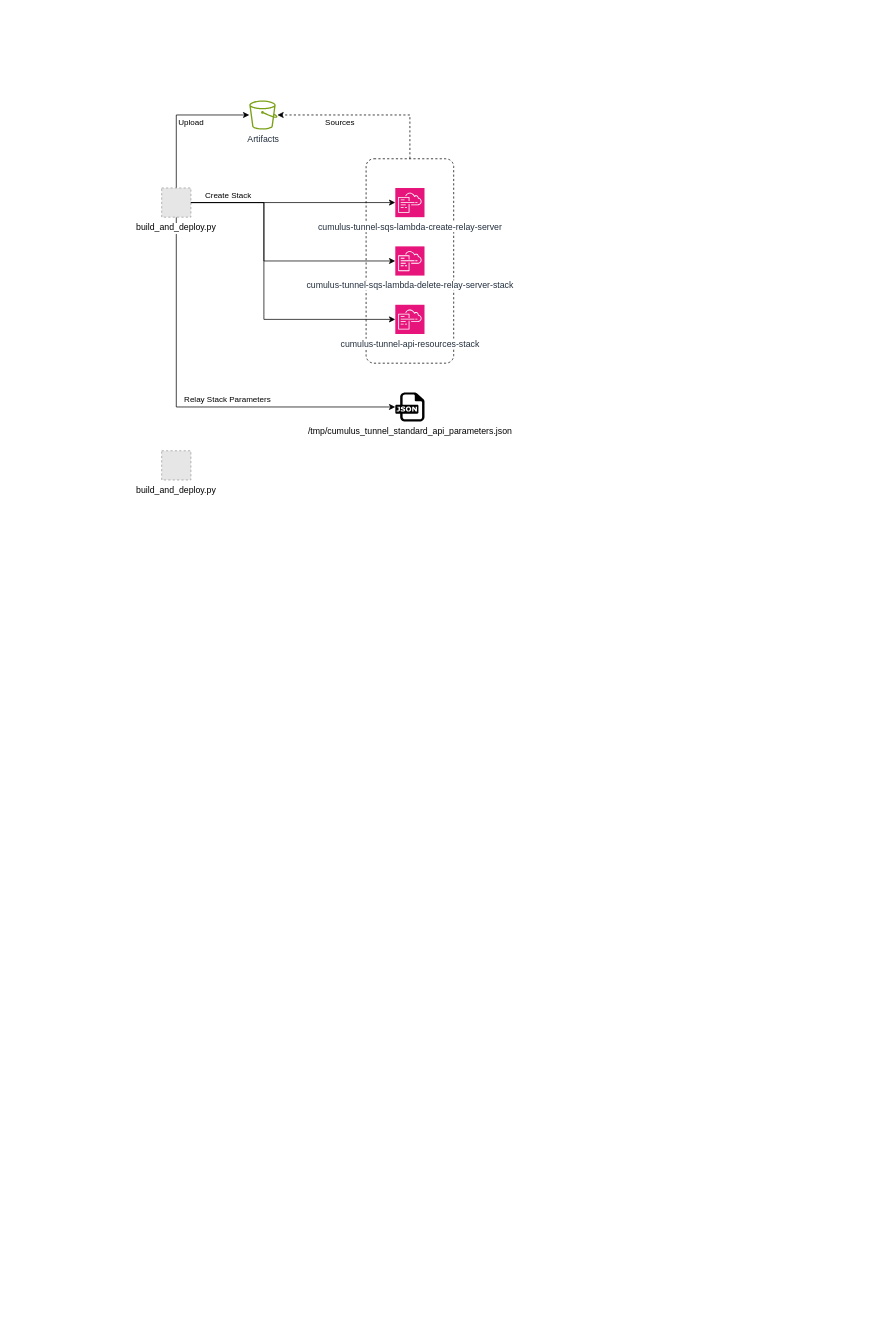
nicc777/home-tunnel-via-csp keeps this draw.io diagram as page "Flow - Create Initial Stacks" (5 of 5) of images/design.drawio. Above is the earlier version. Source tidied: cells renumbered, new cells numbered last; positions are measured from the earlier drawing's top-left corner, leaving out a move shared by most shapes. Both pictures are drawn from the tidied source at 73%, with x=0, y=0 at pixel (161, 100). Pictures stored in the file or linked from it are replaced by grey dashed boxes.
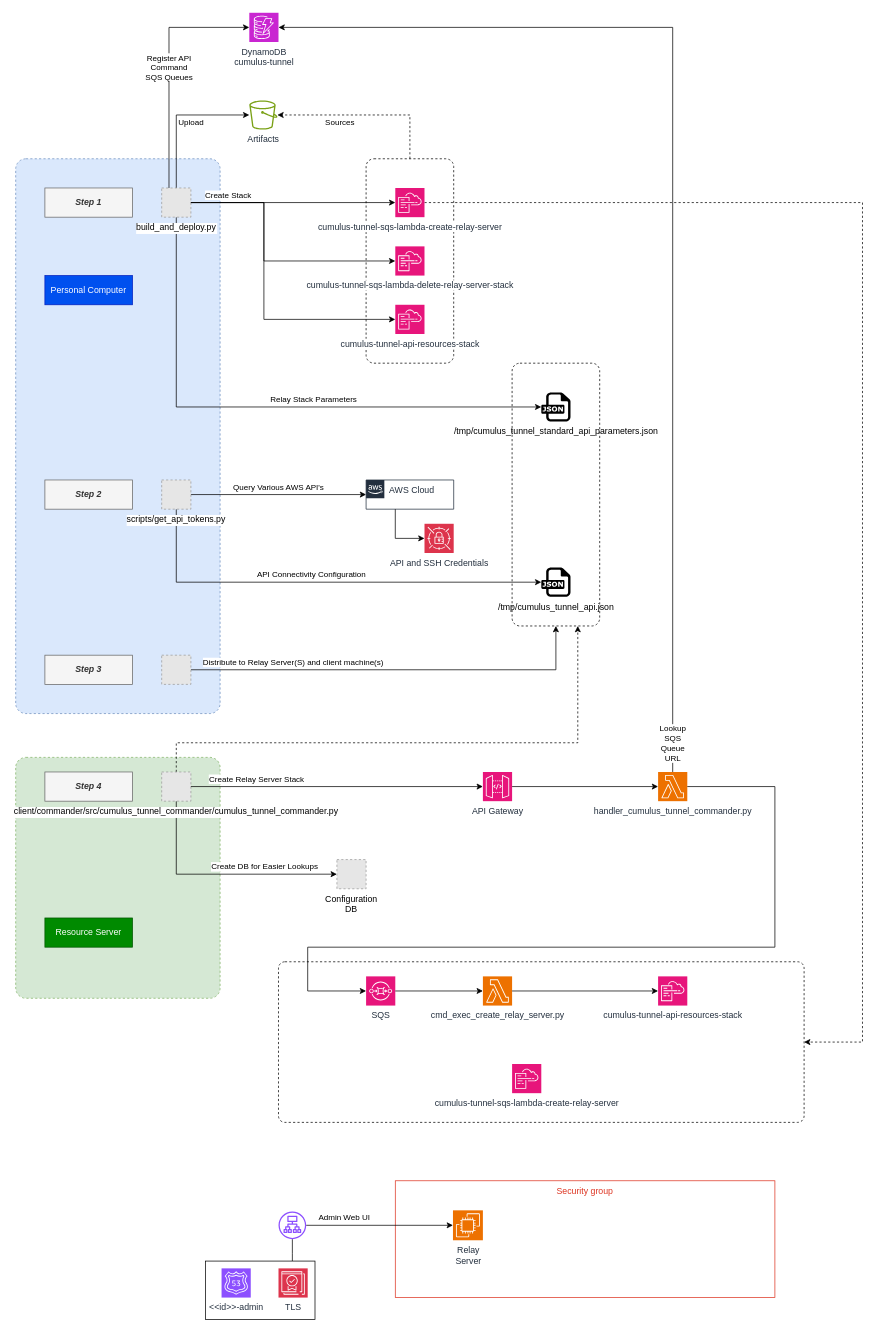
Above is the later version.

Unchanged cells that the change refers to:
```xml
<mxCell id="6" value="build_and_deploy.py" style="fillColor=#E6E6E6;strokeColor=#999999;dashed=1;verticalLabelPosition=bottom;labelBackgroundColor=default;verticalAlign=top;" parent="1" vertex="1">
  <mxGeometry y="120" width="40" height="40" as="geometry" />
</mxCell>
<mxCell id="8" value="cumulus-tunnel-sqs-lambda-create-relay-server" style="sketch=0;points=[[0,0,0],[0.25,0,0],[0.5,0,0],[0.75,0,0],[1,0,0],[0,1,0],[0.25,1,0],[0.5,1,0],[0.75,1,0],[1,1,0],[0,0.25,0],[0,0.5,0],[0,0.75,0],[1,0.25,0],[1,0.5,0],[1,0.75,0]];points=[[0,0,0],[0.25,0,0],[0.5,0,0],[0.75,0,0],[1,0,0],[0,1,0],[0.25,1,0],[0.5,1,0],[0.75,1,0],[1,1,0],[0,0.25,0],[0,0.5,0],[0,0.75,0],[1,0.25,0],[1,0.5,0],[1,0.75,0]];outlineConnect=0;fontColor=#232F3E;fillColor=#E7157B;strokeColor=#ffffff;dashed=0;verticalLabelPosition=bottom;verticalAlign=top;align=center;html=1;fontSize=12;fontStyle=0;shape=mxgraph.aws4.resourceIcon;resIcon=mxgraph.aws4.cloudformation;labelBackgroundColor=default;" parent="1" vertex="1">
  <mxGeometry x="320" y="120" width="40" height="40" as="geometry" />
</mxCell>
```

Diff of the diagram source:
```diff
@@
+    <mxCell id="16" value="Security group" style="fillColor=none;strokeColor=#DD3522;verticalAlign=top;fontStyle=0;fontColor=#DD3522;whiteSpace=wrap;html=1;" parent="1" vertex="1">
+      <mxGeometry x="320" y="1480" width="520" height="160" as="geometry" />
+    </mxCell>
+    <mxCell id="17" style="edgeStyle=orthogonalEdgeStyle;rounded=0;jettySize=auto;html=1;endArrow=none;endFill=0;" parent="1" edge="1" source="18" target="55">
+      <mxGeometry relative="1" as="geometry">
+        <Array as="points">
+          <mxPoint x="179" y="1580" />
+          <mxPoint x="179" y="1580" />
+        </Array>
+      </mxGeometry>
+    </mxCell>
+    <mxCell id="18" style="rounded=0;whiteSpace=wrap;html=1;" parent="1" vertex="1">
+      <mxGeometry x="60" y="1590" width="150" height="80" as="geometry" />
+    </mxCell>
+    <mxCell id="19" style="rounded=1;whiteSpace=wrap;html=1;arcSize=5;fillColor=#d5e8d4;dashed=1;strokeColor=#82b366;" parent="1" vertex="1">
+      <mxGeometry x="-200" y="900" width="280" height="330" as="geometry" />
+    </mxCell>
+    <mxCell id="20" style="rounded=1;whiteSpace=wrap;html=1;arcSize=5;fillColor=#dae8fc;dashed=1;strokeColor=#6c8ebf;" parent="1" vertex="1">
+      <mxGeometry x="-200" y="80" width="280" height="760" as="geometry" />
+    </mxCell>
@@
+    <mxCell id="21" style="edgeStyle=orthogonalEdgeStyle;rounded=0;jettySize=auto;html=1;entryX=1;entryY=0.5;entryDx=0;entryDy=0;dashed=1;" parent="1" edge="1" source="8" target="53">
+      <mxGeometry relative="1" as="geometry">
+        <Array as="points">
+          <mxPoint x="960" y="140" />
+          <mxPoint x="960" y="1290" />
+        </Array>
+      </mxGeometry>
+    </mxCell>
@@
     <mxCell id="14" value="/tmp/cumulus_tunnel_standard_api_parameters.json" style="dashed=0;outlineConnect=0;html=1;align=center;labelPosition=center;verticalLabelPosition=bottom;verticalAlign=top;shape=mxgraph.weblogos.json;" parent="1" vertex="1">
-      <mxGeometry x="320" y="400" width="40" height="40" as="geometry" />
+      <mxGeometry x="520" y="400" width="40" height="40" as="geometry" />
     </mxCell>
+    <mxCell id="22" value="Query Various AWS API's" style="edgeStyle=orthogonalEdgeStyle;rounded=0;jettySize=auto;html=1;entryX=0;entryY=0.5;entryDx=0;entryDy=0;" parent="1" edge="1" source="15" target="25">
+      <mxGeometry y="10" relative="1" as="geometry" />
+    </mxCell>
+    <mxCell id="23" value="API Connectivity Configuration" style="edgeStyle=orthogonalEdgeStyle;rounded=0;jettySize=auto;html=1;" parent="1" edge="1" source="15" target="24">
+      <mxGeometry x="-0.05" y="10" relative="1" as="geometry">
+        <Array as="points">
+          <mxPoint x="20" y="660" />
+        </Array>
+      </mxGeometry>
+    </mxCell>
-    <mxCell id="15" value="build_and_deploy.py" style="fillColor=#E6E6E6;strokeColor=#999999;dashed=1;verticalLabelPosition=bottom;labelBackgroundColor=default;verticalAlign=top;" parent="1" vertex="1">
-      <mxGeometry y="480" width="40" height="40" as="geometry" />
+    <mxCell id="15" value="scripts/get_api_tokens.py" style="fillColor=#E6E6E6;strokeColor=#999999;dashed=1;verticalLabelPosition=bottom;labelBackgroundColor=default;verticalAlign=top;" parent="1" vertex="1">
+      <mxGeometry y="520" width="40" height="40" as="geometry" />
     </mxCell>
+    <mxCell id="24" value="/tmp/cumulus_tunnel_api.json" style="dashed=0;outlineConnect=0;html=1;align=center;labelPosition=center;verticalLabelPosition=bottom;verticalAlign=top;shape=mxgraph.weblogos.json;" parent="1" vertex="1">
+      <mxGeometry x="520" y="640" width="40" height="40" as="geometry" />
+    </mxCell>
+    <mxCell id="25" value="AWS Cloud" style="points=[[0,0],[0.25,0],[0.5,0],[0.75,0],[1,0],[1,0.25],[1,0.5],[1,0.75],[1,1],[0.75,1],[0.5,1],[0.25,1],[0,1],[0,0.75],[0,0.5],[0,0.25]];outlineConnect=0;gradientColor=none;html=1;whiteSpace=wrap;fontSize=12;fontStyle=0;shape=mxgraph.aws4.group;grIcon=mxgraph.aws4.group_aws_cloud_alt;strokeColor=#232F3E;fillColor=none;verticalAlign=top;align=left;spacingLeft=30;fontColor=#232F3E;dashed=0;" parent="1" vertex="1">
+      <mxGeometry x="280" y="520" width="120" height="40" as="geometry" />
+    </mxCell>
+    <mxCell id="26" value="Step 1" style="text;html=1;align=center;verticalAlign=middle;whiteSpace=wrap;rounded=0;fontStyle=3;fillColor=#f5f5f5;fontColor=#333333;strokeColor=#666666;rotation=0;" parent="1" vertex="1">
+      <mxGeometry x="-160" y="120" width="120" height="40" as="geometry" />
+    </mxCell>
+    <mxCell id="27" value="Step 2" style="text;html=1;align=center;verticalAlign=middle;whiteSpace=wrap;rounded=0;fontStyle=3;fillColor=#f5f5f5;fontColor=#333333;strokeColor=#666666;rotation=0;" parent="1" vertex="1">
+      <mxGeometry x="-160" y="520" width="120" height="40" as="geometry" />
+    </mxCell>
+    <mxCell id="28" value="Step 3" style="text;html=1;align=center;verticalAlign=middle;whiteSpace=wrap;rounded=0;fontStyle=3;fillColor=#f5f5f5;fontColor=#333333;strokeColor=#666666;rotation=0;" parent="1" vertex="1">
+      <mxGeometry x="-160" y="760" width="120" height="40" as="geometry" />
+    </mxCell>
+    <mxCell id="29" value="Distribute to Relay Server(S) and client machine(s)" style="edgeStyle=orthogonalEdgeStyle;rounded=0;jettySize=auto;html=1;entryX=0.5;entryY=1;entryDx=0;entryDy=0;" parent="1" edge="1" source="30" target="31">
+      <mxGeometry x="-0.5" y="10" relative="1" as="geometry" />
+    </mxCell>
+    <mxCell id="30" style="fillColor=#E6E6E6;strokeColor=#999999;dashed=1;verticalLabelPosition=bottom;labelBackgroundColor=default;verticalAlign=top;" parent="1" vertex="1">
+      <mxGeometry y="760" width="40" height="40" as="geometry" />
+    </mxCell>
+    <mxCell id="31" style="rounded=1;whiteSpace=wrap;html=1;arcSize=9;fillColor=none;dashed=1;" parent="1" vertex="1">
+      <mxGeometry x="480" y="360" width="120" height="360" as="geometry" />
+    </mxCell>
+    <mxCell id="32" value="Step 4" style="text;html=1;align=center;verticalAlign=middle;whiteSpace=wrap;rounded=0;fontStyle=3;fillColor=#f5f5f5;fontColor=#333333;strokeColor=#666666;rotation=0;" parent="1" vertex="1">
+      <mxGeometry x="-160" y="920" width="120" height="40" as="geometry" />
+    </mxCell>
+    <mxCell id="33" style="edgeStyle=orthogonalEdgeStyle;rounded=0;jettySize=auto;html=1;entryX=0.75;entryY=1;entryDx=0;entryDy=0;dashed=1;" parent="1" edge="1" source="35" target="31">
+      <mxGeometry relative="1" as="geometry">
+        <Array as="points">
+          <mxPoint x="20" y="880" />
+          <mxPoint x="570" y="880" />
+        </Array>
+      </mxGeometry>
+    </mxCell>
+    <mxCell id="34" value="Create DB for Easier Lookups" style="edgeStyle=orthogonalEdgeStyle;rounded=0;jettySize=auto;html=1;entryX=0;entryY=0.5;entryDx=0;entryDy=0;" parent="1" edge="1" source="35" target="38">
+      <mxGeometry x="0.38" y="10" relative="1" as="geometry">
+        <Array as="points">
+          <mxPoint x="20" y="1060" />
+        </Array>
+      </mxGeometry>
+    </mxCell>
+    <mxCell id="35" value="client/commander/src/cumulus_tunnel_commander/cumulus_tunnel_commander.py" style="fillColor=#E6E6E6;strokeColor=#999999;dashed=1;verticalLabelPosition=bottom;labelBackgroundColor=default;verticalAlign=top;" parent="1" vertex="1">
+      <mxGeometry y="920" width="40" height="40" as="geometry" />
+    </mxCell>
+    <mxCell id="36" value="cumulus-tunnel-api-resources-stack" style="sketch=0;points=[[0,0,0],[0.25,0,0],[0.5,0,0],[0.75,0,0],[1,0,0],[0,1,0],[0.25,1,0],[0.5,1,0],[0.75,1,0],[1,1,0],[0,0.25,0],[0,0.5,0],[0,0.75,0],[1,0.25,0],[1,0.5,0],[1,0.75,0]];points=[[0,0,0],[0.25,0,0],[0.5,0,0],[0.75,0,0],[1,0,0],[0,1,0],[0.25,1,0],[0.5,1,0],[0.75,1,0],[1,1,0],[0,0.25,0],[0,0.5,0],[0,0.75,0],[1,0.25,0],[1,0.5,0],[1,0.75,0]];outlineConnect=0;fontColor=#232F3E;fillColor=#E7157B;strokeColor=#ffffff;dashed=0;verticalLabelPosition=bottom;verticalAlign=top;align=center;html=1;fontSize=12;fontStyle=0;shape=mxgraph.aws4.resourceIcon;resIcon=mxgraph.aws4.cloudformation;labelBackgroundColor=default;" parent="1" vertex="1">
+      <mxGeometry x="680" y="1200" width="40" height="40" as="geometry" />
+    </mxCell>
+    <mxCell id="37" value="Create Relay Server Stack" style="edgeStyle=orthogonalEdgeStyle;rounded=0;jettySize=auto;html=1;entryX=0;entryY=0.5;entryDx=0;entryDy=0;entryPerimeter=0;" parent="1" edge="1" source="35" target="39">
+      <mxGeometry x="-0.55" y="10" relative="1" as="geometry" />
+    </mxCell>
+    <mxCell id="38" value="Configuration&#10;DB" style="fillColor=#E6E6E6;strokeColor=#999999;dashed=1;verticalLabelPosition=bottom;labelBackgroundColor=default;verticalAlign=top;" parent="1" vertex="1">
+      <mxGeometry x="240" y="1040" width="40" height="40" as="geometry" />
+    </mxCell>
+    <mxCell id="39" value="API Gateway" style="sketch=0;points=[[0,0,0],[0.25,0,0],[0.5,0,0],[0.75,0,0],[1,0,0],[0,1,0],[0.25,1,0],[0.5,1,0],[0.75,1,0],[1,1,0],[0,0.25,0],[0,0.5,0],[0,0.75,0],[1,0.25,0],[1,0.5,0],[1,0.75,0]];outlineConnect=0;fontColor=#232F3E;fillColor=#E7157B;strokeColor=#ffffff;dashed=0;verticalLabelPosition=bottom;verticalAlign=top;align=center;html=1;fontSize=12;fontStyle=0;shape=mxgraph.aws4.resourceIcon;resIcon=mxgraph.aws4.api_gateway;" parent="1" vertex="1">
+      <mxGeometry x="440" y="920" width="40" height="40" as="geometry" />
+    </mxCell>
+    <mxCell id="40" value="cmd_exec_create_relay_server.py" style="sketch=0;points=[[0,0,0],[0.25,0,0],[0.5,0,0],[0.75,0,0],[1,0,0],[0,1,0],[0.25,1,0],[0.5,1,0],[0.75,1,0],[1,1,0],[0,0.25,0],[0,0.5,0],[0,0.75,0],[1,0.25,0],[1,0.5,0],[1,0.75,0]];outlineConnect=0;fontColor=#232F3E;fillColor=#ED7100;strokeColor=#ffffff;dashed=0;verticalLabelPosition=bottom;verticalAlign=top;align=center;html=1;fontSize=12;fontStyle=0;shape=mxgraph.aws4.resourceIcon;resIcon=mxgraph.aws4.lambda;" parent="1" vertex="1">
+      <mxGeometry x="440" y="1200" width="40" height="40" as="geometry" />
+    </mxCell>
+    <mxCell id="41" style="edgeStyle=orthogonalEdgeStyle;rounded=0;jettySize=auto;html=1;entryX=0;entryY=0.5;entryDx=0;entryDy=0;entryPerimeter=0;" parent="1" edge="1" source="40" target="36">
+      <mxGeometry relative="1" as="geometry" />
+    </mxCell>
+    <mxCell id="42" value="handler_cumulus_tunnel_commander.py" style="sketch=0;points=[[0,0,0],[0.25,0,0],[0.5,0,0],[0.75,0,0],[1,0,0],[0,1,0],[0.25,1,0],[0.5,1,0],[0.75,1,0],[1,1,0],[0,0.25,0],[0,0.5,0],[0,0.75,0],[1,0.25,0],[1,0.5,0],[1,0.75,0]];outlineConnect=0;fontColor=#232F3E;fillColor=#ED7100;strokeColor=#ffffff;dashed=0;verticalLabelPosition=bottom;verticalAlign=top;align=center;html=1;fontSize=12;fontStyle=0;shape=mxgraph.aws4.resourceIcon;resIcon=mxgraph.aws4.lambda;" parent="1" vertex="1">
+      <mxGeometry x="680" y="920" width="40" height="40" as="geometry" />
+    </mxCell>
+    <mxCell id="43" style="edgeStyle=orthogonalEdgeStyle;rounded=0;jettySize=auto;html=1;entryX=0;entryY=0.5;entryDx=0;entryDy=0;entryPerimeter=0;" parent="1" edge="1" source="39" target="42">
+      <mxGeometry relative="1" as="geometry" />
+    </mxCell>
+    <mxCell id="44" value="SQS" style="sketch=0;points=[[0,0,0],[0.25,0,0],[0.5,0,0],[0.75,0,0],[1,0,0],[0,1,0],[0.25,1,0],[0.5,1,0],[0.75,1,0],[1,1,0],[0,0.25,0],[0,0.5,0],[0,0.75,0],[1,0.25,0],[1,0.5,0],[1,0.75,0]];outlineConnect=0;fontColor=#232F3E;fillColor=#E7157B;strokeColor=#ffffff;dashed=0;verticalLabelPosition=bottom;verticalAlign=top;align=center;html=1;fontSize=12;fontStyle=0;shape=mxgraph.aws4.resourceIcon;resIcon=mxgraph.aws4.sqs;" parent="1" vertex="1">
+      <mxGeometry x="280" y="1200" width="40" height="40" as="geometry" />
+    </mxCell>
+    <mxCell id="45" style="edgeStyle=orthogonalEdgeStyle;rounded=0;jettySize=auto;html=1;entryX=0;entryY=0.5;entryDx=0;entryDy=0;entryPerimeter=0;" parent="1" edge="1" source="44" target="40">
+      <mxGeometry relative="1" as="geometry" />
+    </mxCell>
+    <mxCell id="46" style="edgeStyle=orthogonalEdgeStyle;rounded=0;jettySize=auto;html=1;entryX=0;entryY=0.5;entryDx=0;entryDy=0;entryPerimeter=0;" parent="1" edge="1" source="42" target="44">
+      <mxGeometry relative="1" as="geometry">
+        <Array as="points">
+          <mxPoint x="840" y="940" />
+          <mxPoint x="840" y="1160" />
+          <mxPoint x="200" y="1160" />
+          <mxPoint x="200" y="1220" />
+        </Array>
+      </mxGeometry>
+    </mxCell>
+    <mxCell id="47" value="Personal Computer" style="text;html=1;align=center;verticalAlign=middle;whiteSpace=wrap;rounded=0;fillColor=#0050ef;fontColor=#ffffff;strokeColor=#001DBC;" parent="1" vertex="1">
+      <mxGeometry x="-160" y="240" width="120" height="40" as="geometry" />
+    </mxCell>
+    <mxCell id="48" value="Resource Server" style="text;html=1;align=center;verticalAlign=middle;whiteSpace=wrap;rounded=0;fillColor=#008a00;fontColor=#ffffff;strokeColor=#005700;" parent="1" vertex="1">
+      <mxGeometry x="-160" y="1120" width="120" height="40" as="geometry" />
+    </mxCell>
+    <mxCell id="49" value="DynamoDB&lt;div&gt;cumulus-tunnel&lt;br&gt;&lt;/div&gt;" style="sketch=0;points=[[0,0,0],[0.25,0,0],[0.5,0,0],[0.75,0,0],[1,0,0],[0,1,0],[0.25,1,0],[0.5,1,0],[0.75,1,0],[1,1,0],[0,0.25,0],[0,0.5,0],[0,0.75,0],[1,0.25,0],[1,0.5,0],[1,0.75,0]];outlineConnect=0;fontColor=#232F3E;fillColor=#C925D1;strokeColor=#ffffff;dashed=0;verticalLabelPosition=bottom;verticalAlign=top;align=center;html=1;fontSize=12;fontStyle=0;shape=mxgraph.aws4.resourceIcon;resIcon=mxgraph.aws4.dynamodb;" parent="1" vertex="1">
+      <mxGeometry x="120" y="-120" width="40" height="40" as="geometry" />
+    </mxCell>
+    <mxCell id="50" value="Register API&lt;div&gt;Command&lt;/div&gt;&lt;div&gt;SQS Queues&lt;/div&gt;" style="edgeStyle=orthogonalEdgeStyle;rounded=0;jettySize=auto;html=1;entryX=0;entryY=0.5;entryDx=0;entryDy=0;entryPerimeter=0;" parent="1" edge="1" source="6" target="49">
+      <mxGeometry relative="1" as="geometry">
+        <Array as="points">
+          <mxPoint x="10" y="-100" />
+        </Array>
+      </mxGeometry>
+    </mxCell>
+    <mxCell id="51" value="Lookup&lt;div&gt;SQS&lt;/div&gt;&lt;div&gt;Queue&lt;/div&gt;&lt;div&gt;URL&lt;/div&gt;" style="edgeStyle=orthogonalEdgeStyle;rounded=0;jettySize=auto;html=1;entryX=1;entryY=0.5;entryDx=0;entryDy=0;entryPerimeter=0;" parent="1" edge="1" source="42" target="49">
+      <mxGeometry x="-0.95" relative="1" as="geometry">
+        <Array as="points">
+          <mxPoint x="700" y="-100" />
+        </Array>
+      </mxGeometry>
+    </mxCell>
+    <mxCell id="52" value="cumulus-tunnel-sqs-lambda-create-relay-server" style="sketch=0;fontColor=#232F3E;fillColor=#E7157B;strokeColor=#ffffff;dashed=0;verticalLabelPosition=bottom;verticalAlign=top;align=center;html=1;fontSize=12;fontStyle=0;shape=mxgraph.aws4.resourceIcon;resIcon=mxgraph.aws4.cloudformation;labelBackgroundColor=default;" parent="1" vertex="1">
+      <mxGeometry x="480" y="1320" width="40" height="40" as="geometry" />
+    </mxCell>
+    <mxCell id="53" style="rounded=1;whiteSpace=wrap;html=1;fillColor=none;dashed=1;arcSize=4;" parent="1" vertex="1">
+      <mxGeometry x="160" y="1180" width="720" height="220" as="geometry" />
+    </mxCell>
+    <mxCell id="54" value="Relay&lt;div&gt;Server&lt;/div&gt;" style="sketch=0;points=[[0,0,0],[0.25,0,0],[0.5,0,0],[0.75,0,0],[1,0,0],[0,1,0],[0.25,1,0],[0.5,1,0],[0.75,1,0],[1,1,0],[0,0.25,0],[0,0.5,0],[0,0.75,0],[1,0.25,0],[1,0.5,0],[1,0.75,0]];outlineConnect=0;fontColor=#232F3E;fillColor=#ED7100;strokeColor=#ffffff;dashed=0;verticalLabelPosition=bottom;verticalAlign=top;align=center;html=1;fontSize=12;fontStyle=0;shape=mxgraph.aws4.resourceIcon;resIcon=mxgraph.aws4.ec2;" parent="1" vertex="1">
+      <mxGeometry x="399" y="1520.5" width="41" height="41" as="geometry" />
+    </mxCell>
+    <mxCell id="55" style="sketch=0;outlineConnect=0;fontColor=#232F3E;gradientColor=none;fillColor=#8C4FFF;strokeColor=none;dashed=0;verticalLabelPosition=bottom;verticalAlign=top;align=center;html=1;fontSize=12;fontStyle=0;shape=mxgraph.aws4.application_load_balancer;" parent="1" vertex="1">
+      <mxGeometry x="160" y="1522" width="38" height="38" as="geometry" />
+    </mxCell>
+    <mxCell id="56" value="&amp;lt;&amp;lt;id&amp;gt;&amp;gt;-admin" style="sketch=0;fontColor=#232F3E;fillColor=#8C4FFF;strokeColor=#ffffff;dashed=0;verticalLabelPosition=bottom;verticalAlign=top;align=center;html=1;fontSize=12;fontStyle=0;shape=mxgraph.aws4.resourceIcon;resIcon=mxgraph.aws4.route_53;" parent="1" vertex="1">
+      <mxGeometry x="82" y="1600" width="40" height="40" as="geometry" />
+    </mxCell>
+    <mxCell id="57" value="TLS" style="sketch=0;fontColor=#232F3E;fillColor=#DD344C;strokeColor=#ffffff;dashed=0;verticalLabelPosition=bottom;verticalAlign=top;align=center;html=1;fontSize=12;fontStyle=0;shape=mxgraph.aws4.resourceIcon;resIcon=mxgraph.aws4.private_certificate_authority;" parent="1" vertex="1">
+      <mxGeometry x="160" y="1600" width="40" height="40" as="geometry" />
+    </mxCell>
+    <mxCell id="58" value="Admin Web UI" style="edgeStyle=orthogonalEdgeStyle;rounded=0;jettySize=auto;html=1;entryX=0;entryY=0.5;entryDx=0;entryDy=0;entryPerimeter=0;" parent="1" edge="1" source="55" target="54">
+      <mxGeometry x="-0.48" y="11" relative="1" as="geometry" />
+    </mxCell>
+    <mxCell id="59" value="API and SSH Credentials" style="sketch=0;points=[[0,0,0],[0.25,0,0],[0.5,0,0],[0.75,0,0],[1,0,0],[0,1,0],[0.25,1,0],[0.5,1,0],[0.75,1,0],[1,1,0],[0,0.25,0],[0,0.5,0],[0,0.75,0],[1,0.25,0],[1,0.5,0],[1,0.75,0]];outlineConnect=0;fontColor=#232F3E;fillColor=#DD344C;strokeColor=#ffffff;dashed=0;verticalLabelPosition=bottom;verticalAlign=top;align=center;html=1;fontSize=12;fontStyle=0;shape=mxgraph.aws4.resourceIcon;resIcon=mxgraph.aws4.secrets_manager;" parent="1" vertex="1">
+      <mxGeometry x="360" y="580" width="40" height="40" as="geometry" />
+    </mxCell>
+    <mxCell id="60" style="edgeStyle=orthogonalEdgeStyle;rounded=0;jettySize=auto;html=1;entryX=0;entryY=0.5;entryDx=0;entryDy=0;entryPerimeter=0;" parent="1" edge="1" source="25" target="59">
+      <mxGeometry relative="1" as="geometry">
+        <Array as="points">
+          <mxPoint x="320" y="600" />
+        </Array>
+      </mxGeometry>
+    </mxCell>
```
